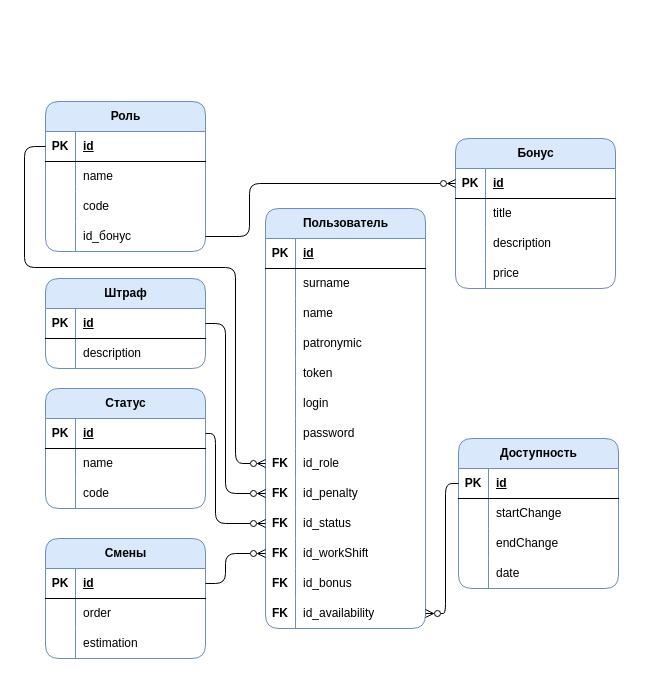
The draw.io diagram page "Логическая модель" (2 of 3) of documents/Самокат (4).drawio in ladyaev-na/CourseProject4, before the edit. Source tidied: cells renumbered, new cells numbered last; positions are measured from the earlier drawing's top-left corner, leaving out a move shared by most shapes. Both pictures are drawn from the tidied source at 100%, with x=0, y=0 at pixel (24, 101).
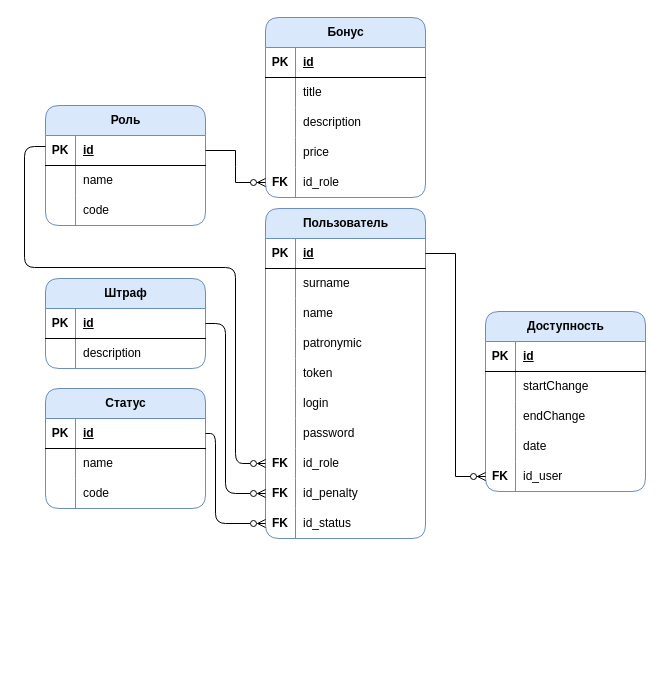
After the change.

The change refers to these unchanged cells:
```xml
<mxCell id="13" style="shape=tableRow;horizontal=0;startSize=0;swimlaneHead=0;swimlaneBody=0;fillColor=none;points=[[0,0.5],[1,0.5]];portConstraint=eastwest;top=0;left=0;right=0;bottom=1;" parent="12" vertex="1">
  <mxGeometry y="30" width="160" height="30" as="geometry" />
</mxCell>
<mxCell id="33" style="shape=tableRow;horizontal=0;startSize=0;swimlaneHead=0;swimlaneBody=0;fillColor=none;points=[[0,0.5],[1,0.5]];portConstraint=eastwest;top=0;left=0;right=0;bottom=1;" parent="32" vertex="1">
  <mxGeometry y="30" width="160" height="30" as="geometry" />
</mxCell>
<mxCell id="87" style="shape=tableRow;horizontal=0;startSize=0;swimlaneHead=0;swimlaneBody=0;fillColor=none;points=[[0,0.5],[1,0.5]];portConstraint=eastwest;top=0;left=0;right=0;bottom=1;" parent="86" vertex="1">
  <mxGeometry y="30" width="160" height="30" as="geometry" />
</mxCell>
<mxCell id="100" style="shape=tableRow;horizontal=0;startSize=0;swimlaneHead=0;swimlaneBody=0;fillColor=none;points=[[0,0.5],[1,0.5]];portConstraint=eastwest;top=0;left=0;right=0;bottom=1;" parent="99" vertex="1">
  <mxGeometry y="30" width="160" height="30" as="geometry" />
</mxCell>
```

Change to the diagram source:
```diff
@@
     <mxCell id="12" value="&lt;span style=&quot;text-wrap: wrap;&quot;&gt;Роль&lt;/span&gt;" style="shape=table;startSize=30;childLayout=tableLayout;rowLines=0;fontStyle=1;align=center;html=1;fillColor=#dae8fc;strokeColor=#6c8ebf;rounded=1;" parent="1" vertex="1">
-      <mxGeometry x="21" width="160" height="150" as="geometry" />
+      <mxGeometry x="21" y="4" width="160" height="120" as="geometry" />
     </mxCell>
@@
-    <mxCell id="22" style="shape=tableRow;horizontal=0;startSize=0;swimlaneHead=0;swimlaneBody=0;fillColor=none;points=[[0,0.5],[1,0.5]];portConstraint=eastwest;top=0;left=0;right=0;bottom=0;" parent="12" vertex="1">
-      <mxGeometry y="120" width="160" height="30" as="geometry" />
-    </mxCell>
-    <mxCell id="23" style="shape=partialRectangle;fillColor=none;top=0;left=0;bottom=0;right=0;overflow=hidden;whiteSpace=wrap;html=1;" parent="22" vertex="1">
-      <mxGeometry width="30" height="30" as="geometry" />
-    </mxCell>
-    <mxCell id="24" value="id_бонус" style="shape=partialRectangle;fillColor=none;top=0;left=0;bottom=0;right=0;align=left;spacingLeft=6;overflow=hidden;whiteSpace=wrap;html=1;" parent="22" vertex="1">
-      <mxGeometry x="30" width="130" height="30" as="geometry" />
-    </mxCell>
@@
     <mxCell id="32" value="&lt;span style=&quot;text-wrap: wrap;&quot;&gt;Пользователь&lt;/span&gt;" style="shape=table;startSize=30;childLayout=tableLayout;rowLines=0;fontStyle=1;align=center;html=1;fillColor=#dae8fc;strokeColor=#6c8ebf;rounded=1;" parent="1" vertex="1">
-      <mxGeometry x="241" y="107" width="160" height="420" as="geometry" />
+      <mxGeometry x="241" y="107" width="160" height="330" as="geometry" />
     </mxCell>
@@
-    <mxCell id="63" style="shape=tableRow;horizontal=0;startSize=0;swimlaneHead=0;swimlaneBody=0;fillColor=none;points=[[0,0.5],[1,0.5]];portConstraint=eastwest;top=0;left=0;right=0;bottom=0;" parent="32" vertex="1">
-      <mxGeometry y="330" width="160" height="30" as="geometry" />
-    </mxCell>
-    <mxCell id="64" value="&lt;span style=&quot;font-weight: 700;&quot;&gt;FK&lt;/span&gt;" style="shape=partialRectangle;fillColor=none;top=0;left=0;bottom=0;right=0;overflow=hidden;whiteSpace=wrap;html=1;" parent="63" vertex="1">
-      <mxGeometry width="30" height="30" as="geometry" />
-    </mxCell>
-    <mxCell id="65" value="id_workShift" style="shape=partialRectangle;fillColor=none;top=0;left=0;bottom=0;right=0;align=left;spacingLeft=6;overflow=hidden;whiteSpace=wrap;html=1;" parent="63" vertex="1">
-      <mxGeometry x="30" width="130" height="30" as="geometry" />
-    </mxCell>
-    <mxCell id="66" style="shape=tableRow;horizontal=0;startSize=0;swimlaneHead=0;swimlaneBody=0;fillColor=none;top=0;left=0;right=0;bottom=0;" parent="32" vertex="1">
-      <mxGeometry y="360" width="160" height="30" as="geometry" />
-    </mxCell>
-    <mxCell id="67" value="&lt;b&gt;FK&lt;/b&gt;" style="shape=partialRectangle;fillColor=none;top=0;left=0;bottom=0;right=0;overflow=hidden;whiteSpace=wrap;html=1;" parent="66" vertex="1">
-      <mxGeometry width="30" height="30" as="geometry" />
-    </mxCell>
-    <mxCell id="68" value="id_bonus" style="shape=partialRectangle;fillColor=none;top=0;left=0;bottom=0;right=0;align=left;spacingLeft=6;overflow=hidden;whiteSpace=wrap;html=1;" parent="66" vertex="1">
-      <mxGeometry x="30" width="130" height="30" as="geometry" />
-    </mxCell>
-    <mxCell id="69" style="shape=tableRow;horizontal=0;startSize=0;swimlaneHead=0;swimlaneBody=0;fillColor=none;points=[[0,0.5],[1,0.5]];portConstraint=eastwest;top=0;left=0;right=0;bottom=0;" parent="32" vertex="1">
-      <mxGeometry y="390" width="160" height="30" as="geometry" />
-    </mxCell>
-    <mxCell id="70" value="&lt;b&gt;FK&lt;/b&gt;" style="shape=partialRectangle;fillColor=none;top=0;left=0;bottom=0;right=0;overflow=hidden;whiteSpace=wrap;html=1;" parent="69" vertex="1">
-      <mxGeometry width="30" height="30" as="geometry" />
-    </mxCell>
-    <mxCell id="71" value="id_availability" style="shape=partialRectangle;fillColor=none;top=0;left=0;bottom=0;right=0;align=left;spacingLeft=6;overflow=hidden;whiteSpace=wrap;html=1;" parent="69" vertex="1">
-      <mxGeometry x="30" width="130" height="30" as="geometry" />
-    </mxCell>
-    <mxCell id="72" value="&lt;span style=&quot;text-wrap: wrap;&quot;&gt;Смены&lt;/span&gt;" style="shape=table;startSize=30;childLayout=tableLayout;rowLines=0;fontStyle=1;align=center;html=1;fillColor=#dae8fc;strokeColor=#6c8ebf;rounded=1;" parent="1" vertex="1">
-      <mxGeometry x="21" y="437" width="160" height="120" as="geometry" />
-    </mxCell>
-    <mxCell id="73" style="shape=tableRow;horizontal=0;startSize=0;swimlaneHead=0;swimlaneBody=0;fillColor=none;points=[[0,0.5],[1,0.5]];portConstraint=eastwest;top=0;left=0;right=0;bottom=1;" parent="72" vertex="1">
-      <mxGeometry y="30" width="160" height="30" as="geometry" />
-    </mxCell>
-    <mxCell id="74" value="PK" style="shape=partialRectangle;fillColor=none;top=0;left=0;bottom=0;right=0;fontStyle=1;overflow=hidden;whiteSpace=wrap;html=1;" parent="73" vertex="1">
-      <mxGeometry width="30" height="30" as="geometry" />
-    </mxCell>
-    <mxCell id="75" value="id" style="shape=partialRectangle;fillColor=none;top=0;left=0;bottom=0;right=0;align=left;spacingLeft=6;fontStyle=5;overflow=hidden;whiteSpace=wrap;html=1;" parent="73" vertex="1">
-      <mxGeometry x="30" width="130" height="30" as="geometry" />
-    </mxCell>
-    <mxCell id="76" style="shape=tableRow;horizontal=0;startSize=0;swimlaneHead=0;swimlaneBody=0;fillColor=none;top=0;left=0;right=0;bottom=0;" parent="72" vertex="1">
-      <mxGeometry y="60" width="160" height="30" as="geometry" />
-    </mxCell>
-    <mxCell id="77" style="shape=partialRectangle;fillColor=none;top=0;left=0;bottom=0;right=0;overflow=hidden;whiteSpace=wrap;html=1;" parent="76" vertex="1">
-      <mxGeometry width="30" height="30" as="geometry" />
-    </mxCell>
-    <mxCell id="78" value="&lt;span style=&quot;text-align: center;&quot;&gt;order&lt;/span&gt;" style="shape=partialRectangle;fillColor=none;top=0;left=0;bottom=0;right=0;align=left;spacingLeft=6;overflow=hidden;whiteSpace=wrap;html=1;" parent="76" vertex="1">
-      <mxGeometry x="30" width="130" height="30" as="geometry" />
-    </mxCell>
-    <mxCell id="79" style="shape=tableRow;horizontal=0;startSize=0;swimlaneHead=0;swimlaneBody=0;fillColor=none;top=0;left=0;right=0;bottom=0;" parent="72" vertex="1">
-      <mxGeometry y="90" width="160" height="30" as="geometry" />
-    </mxCell>
-    <mxCell id="80" style="shape=partialRectangle;fillColor=none;top=0;left=0;bottom=0;right=0;overflow=hidden;whiteSpace=wrap;html=1;" parent="79" vertex="1">
-      <mxGeometry width="30" height="30" as="geometry" />
-    </mxCell>
-    <mxCell id="81" value="&lt;span style=&quot;text-align: center;&quot;&gt;estimation&lt;/span&gt;" style="shape=partialRectangle;fillColor=none;top=0;left=0;bottom=0;right=0;align=left;spacingLeft=6;overflow=hidden;whiteSpace=wrap;html=1;" parent="79" vertex="1">
-      <mxGeometry x="30" width="130" height="30" as="geometry" />
-    </mxCell>
-    <mxCell id="82" style="edgeStyle=orthogonalEdgeStyle;rounded=1;jettySize=auto;html=1;curved=0;endArrow=ERzeroToMany;endFill=0;" parent="1" edge="1" source="73" target="63">
-      <mxGeometry relative="1" as="geometry">
-        <Array as="points">
-          <mxPoint x="201" y="482" />
-          <mxPoint x="201" y="452" />
-        </Array>
-      </mxGeometry>
-    </mxCell>
@@
     <mxCell id="86" value="&lt;span style=&quot;text-wrap: wrap;&quot;&gt;Бонус&lt;/span&gt;" style="shape=table;startSize=30;childLayout=tableLayout;rowLines=0;fontStyle=1;align=center;html=1;fillColor=#dae8fc;strokeColor=#6c8ebf;rounded=1;" parent="1" vertex="1">
-      <mxGeometry x="431" y="37" width="160" height="150" as="geometry" />
+      <mxGeometry x="241" y="-84" width="160" height="180" as="geometry" />
     </mxCell>
@@
+    <mxCell id="114" style="shape=tableRow;horizontal=0;startSize=0;swimlaneHead=0;swimlaneBody=0;fillColor=none;points=[[0,0.5],[1,0.5]];portConstraint=eastwest;top=0;left=0;right=0;bottom=0;" parent="86" vertex="1">
+      <mxGeometry y="150" width="160" height="30" as="geometry" />
+    </mxCell>
+    <mxCell id="115" value="&lt;b&gt;FK&lt;/b&gt;" style="shape=partialRectangle;fillColor=none;top=0;left=0;bottom=0;right=0;overflow=hidden;whiteSpace=wrap;html=1;" parent="114" vertex="1">
+      <mxGeometry width="30" height="30" as="geometry" />
+    </mxCell>
+    <mxCell id="116" value="id_role" style="shape=partialRectangle;fillColor=none;top=0;left=0;bottom=0;right=0;align=left;spacingLeft=6;overflow=hidden;whiteSpace=wrap;html=1;" parent="114" vertex="1">
+      <mxGeometry x="30" width="130" height="30" as="geometry" />
+    </mxCell>
     <mxCell id="99" value="Доступность" style="shape=table;startSize=30;childLayout=tableLayout;rowLines=0;fontStyle=1;align=center;html=1;fillColor=#dae8fc;strokeColor=#6c8ebf;rounded=1;" parent="1" vertex="1">
-      <mxGeometry x="434" y="337" width="160" height="150" as="geometry" />
+      <mxGeometry x="461" y="210" width="160" height="180" as="geometry" />
     </mxCell>
@@
-    <mxCell id="112" style="edgeStyle=orthogonalEdgeStyle;rounded=1;jettySize=auto;html=1;endArrow=ERzeroToMany;endFill=0;" parent="1" edge="1" source="100" target="69">
-      <mxGeometry relative="1" as="geometry">
-        <Array as="points">
-          <mxPoint x="421" y="382" />
-          <mxPoint x="421" y="512" />
-        </Array>
-      </mxGeometry>
-    </mxCell>
+    <mxCell id="117" style="shape=tableRow;horizontal=0;startSize=0;swimlaneHead=0;swimlaneBody=0;fillColor=none;points=[[0,0.5],[1,0.5]];portConstraint=eastwest;top=0;left=0;right=0;bottom=0;" parent="99" vertex="1">
+      <mxGeometry y="150" width="160" height="30" as="geometry" />
+    </mxCell>
+    <mxCell id="118" value="&lt;b&gt;FK&lt;/b&gt;" style="shape=partialRectangle;fillColor=none;top=0;left=0;bottom=0;right=0;overflow=hidden;whiteSpace=wrap;html=1;" parent="117" vertex="1">
+      <mxGeometry width="30" height="30" as="geometry" />
+    </mxCell>
+    <mxCell id="119" value="id_user" style="shape=partialRectangle;fillColor=none;top=0;left=0;bottom=0;right=0;align=left;spacingLeft=6;overflow=hidden;whiteSpace=wrap;html=1;" parent="117" vertex="1">
+      <mxGeometry x="30" width="130" height="30" as="geometry" />
+    </mxCell>
-    <mxCell id="113" style="edgeStyle=orthogonalEdgeStyle;rounded=1;jettySize=auto;html=1;endArrow=ERzeroToMany;endFill=0;curved=0;" parent="1" edge="1" source="22" target="87">
+    <mxCell id="113" style="edgeStyle=orthogonalEdgeStyle;rounded=1;jettySize=auto;html=1;endArrow=ERzeroToMany;endFill=0;curved=0;" parent="1" edge="1" target="87">
       <mxGeometry relative="1" as="geometry">
         <Array as="points">
           <mxPoint x="225" y="135" />
           <mxPoint x="225" y="82" />
         </Array>
       </mxGeometry>
     </mxCell>
+    <mxCell id="120" style="edgeStyle=entityRelationEdgeStyle;fontSize=12;html=1;endArrow=ERzeroToMany;endFill=1;rounded=0;" parent="1" edge="1" source="33" target="117">
+      <mxGeometry relative="1" as="geometry">
+        <Array as="points">
+          <mxPoint x="414" y="257" />
+          <mxPoint x="416" y="261" />
+          <mxPoint x="416" y="261" />
+        </Array>
+      </mxGeometry>
+    </mxCell>
+    <mxCell id="121" style="edgeStyle=entityRelationEdgeStyle;fontSize=12;html=1;endArrow=ERzeroToMany;endFill=1;rounded=0;" parent="1" edge="1" source="13" target="114">
+      <mxGeometry relative="1" as="geometry" />
+    </mxCell>
```
